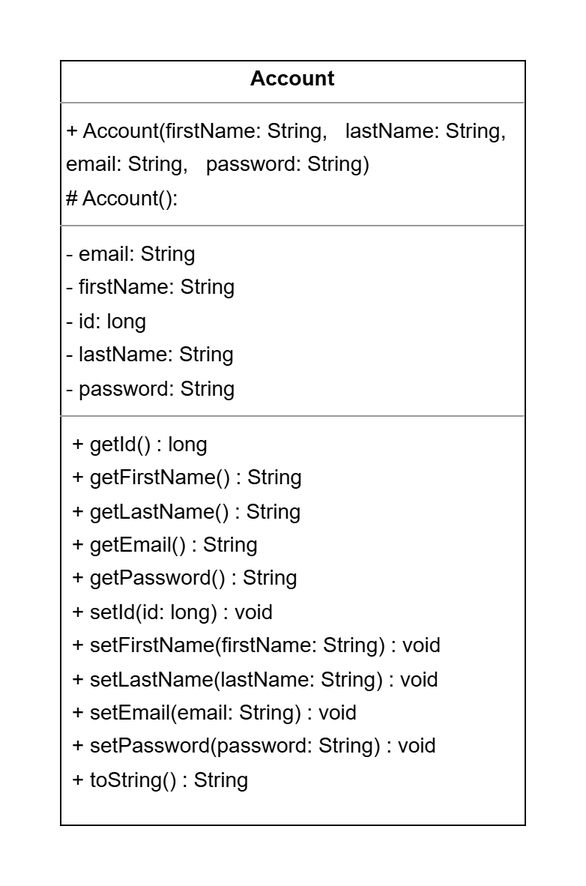
Earlier version of the draw.io export diagrams/current/UMLDiagram.png (yehandesilva/monkeyPoll). Source tidied: cells renumbered, new cells last; positions are measured from the earlier drawing's top-left corner, leaving out a move shared by most shapes. The source it was exported from:
```xml
<mxGraphModel>
  <root>
    <mxCell id="0" />
    <mxCell id="1" parent="0" />
    <mxCell id="2" value="&lt;p style=&quot;margin:0px;margin-top:4px;text-align:center;&quot;&gt;&lt;b&gt;Account&lt;/b&gt;&lt;/p&gt;&lt;hr size=&quot;1&quot;&gt;&lt;p style=&quot;margin:0 0 0 4px;line-height:1.6;&quot;&gt;+ Account(firstName: String,&amp;nbsp; &amp;nbsp;lastName: String,&amp;nbsp; &amp;nbsp;&lt;/p&gt;&lt;p style=&quot;margin:0 0 0 4px;line-height:1.6;&quot;&gt;email: String,&amp;nbsp; &amp;nbsp;password: String) &lt;br&gt;# Account(): &lt;/p&gt;&lt;hr size=&quot;1&quot;&gt;&lt;p style=&quot;margin:0 0 0 4px;line-height:1.6;&quot;&gt;- email: String&lt;br&gt;- firstName: String&lt;br&gt;- id: long&lt;br&gt;- lastName: String&lt;br&gt;- password: String&lt;/p&gt;&lt;hr size=&quot;1&quot;&gt;&lt;p style=&quot;margin:0 0 0 4px;line-height:1.6;&quot;&gt;&lt;/p&gt;&lt;p style=&quot;margin:0 0 0 4px;line-height:1.6;&quot;&gt;&amp;nbsp;+ getId() : long&amp;nbsp; &amp;nbsp; &amp;nbsp; &amp;nbsp; &amp;nbsp; &amp;nbsp; &amp;nbsp; &amp;nbsp; &amp;nbsp;&amp;nbsp;&lt;/p&gt;&lt;p style=&quot;margin:0 0 0 4px;line-height:1.6;&quot;&gt;&amp;nbsp;+ getFirstName() : String&amp;nbsp; &amp;nbsp; &amp;nbsp; &amp;nbsp; &amp;nbsp;&lt;/p&gt;&lt;p style=&quot;margin:0 0 0 4px;line-height:1.6;&quot;&gt;&amp;nbsp;+ getLastName() : String&amp;nbsp; &amp;nbsp; &amp;nbsp; &amp;nbsp; &amp;nbsp;&amp;nbsp;&lt;/p&gt;&lt;p style=&quot;margin:0 0 0 4px;line-height:1.6;&quot;&gt;&amp;nbsp;+ getEmail() : String&amp;nbsp; &amp;nbsp; &amp;nbsp; &amp;nbsp; &amp;nbsp; &amp;nbsp; &amp;nbsp;&lt;/p&gt;&lt;p style=&quot;margin:0 0 0 4px;line-height:1.6;&quot;&gt;&amp;nbsp;+ getPassword() : String&amp;nbsp; &amp;nbsp; &amp;nbsp; &amp;nbsp; &amp;nbsp; &amp;nbsp; &amp;nbsp; &amp;nbsp; &amp;nbsp; &amp;nbsp;&lt;/p&gt;&lt;p style=&quot;margin:0 0 0 4px;line-height:1.6;&quot;&gt;&amp;nbsp;+ setId(id: long) : void&amp;nbsp; &amp;nbsp; &amp;nbsp; &amp;nbsp; &amp;nbsp;&amp;nbsp;&lt;/p&gt;&lt;p style=&quot;margin:0 0 0 4px;line-height:1.6;&quot;&gt;&amp;nbsp;+ setFirstName(firstName: String) : void&amp;nbsp;&lt;/p&gt;&lt;p style=&quot;margin:0 0 0 4px;line-height:1.6;&quot;&gt;&amp;nbsp;+ setLastName(lastName: String) : void&amp;nbsp; &amp;nbsp;&lt;/p&gt;&lt;p style=&quot;margin:0 0 0 4px;line-height:1.6;&quot;&gt;&amp;nbsp;+ setEmail(email: String) : void&amp;nbsp; &amp;nbsp; &amp;nbsp; &amp;nbsp; &amp;nbsp;&lt;/p&gt;&lt;p style=&quot;margin:0 0 0 4px;line-height:1.6;&quot;&gt;&amp;nbsp;+ setPassword(password: String) : void&amp;nbsp; &amp;nbsp; &amp;nbsp; &amp;nbsp; &amp;nbsp; &amp;nbsp; &amp;nbsp; &amp;nbsp; &amp;nbsp; &amp;nbsp; &amp;nbsp; &amp;nbsp; &amp;nbsp; &amp;nbsp; &amp;nbsp; &amp;nbsp; &amp;nbsp; &amp;nbsp; &amp;nbsp;&amp;nbsp;&lt;/p&gt;&lt;p style=&quot;margin:0 0 0 4px;line-height:1.6;&quot;&gt;&amp;nbsp;+ toString() : String&amp;nbsp; &amp;nbsp;&lt;/p&gt;&lt;div&gt;&lt;br&gt;&lt;/div&gt;" style="verticalAlign=top;align=left;overflow=fill;fontSize=14;fontFamily=Helvetica;html=1;rounded=0;shadow=0;comic=0;labelBackgroundColor=none;strokeWidth=1;" parent="1" vertex="1">
      <mxGeometry width="310" height="510" as="geometry" />
    </mxCell>
  </root>
</mxGraphModel>
```
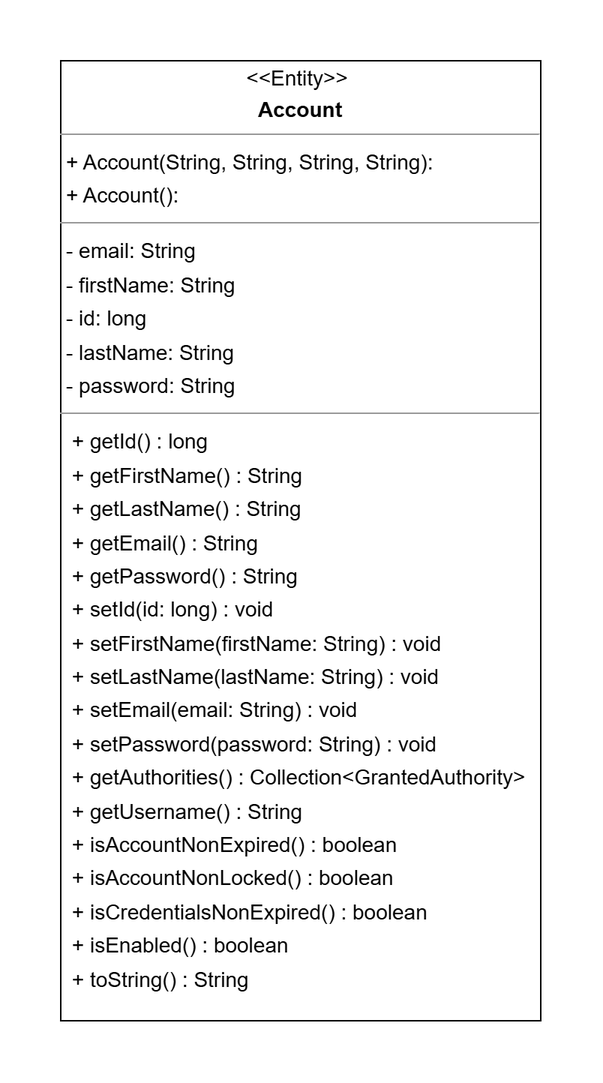
Above is the later version.

Diff of the diagram source:
```diff
@@ -2,8 +2,8 @@
   <root>
     <mxCell id="0" />
     <mxCell id="1" parent="0" />
-    <mxCell id="2" value="&lt;p style=&quot;margin:0px;margin-top:4px;text-align:center;&quot;&gt;&lt;b&gt;Account&lt;/b&gt;&lt;/p&gt;&lt;hr size=&quot;1&quot;&gt;&lt;p style=&quot;margin:0 0 0 4px;line-height:1.6;&quot;&gt;+ Account(firstName: String,&amp;nbsp; &amp;nbsp;lastName: String,&amp;nbsp; &amp;nbsp;&lt;/p&gt;&lt;p style=&quot;margin:0 0 0 4px;line-height:1.6;&quot;&gt;email: String,&amp;nbsp; &amp;nbsp;password: String) &lt;br&gt;# Account(): &lt;/p&gt;&lt;hr size=&quot;1&quot;&gt;&lt;p style=&quot;margin:0 0 0 4px;line-height:1.6;&quot;&gt;- email: String&lt;br&gt;- firstName: String&lt;br&gt;- id: long&lt;br&gt;- lastName: String&lt;br&gt;- password: String&lt;/p&gt;&lt;hr size=&quot;1&quot;&gt;&lt;p style=&quot;margin:0 0 0 4px;line-height:1.6;&quot;&gt;&lt;/p&gt;&lt;p style=&quot;margin:0 0 0 4px;line-height:1.6;&quot;&gt;&amp;nbsp;+ getId() : long&amp;nbsp; &amp;nbsp; &amp;nbsp; &amp;nbsp; &amp;nbsp; &amp;nbsp; &amp;nbsp; &amp;nbsp; &amp;nbsp;&amp;nbsp;&lt;/p&gt;&lt;p style=&quot;margin:0 0 0 4px;line-height:1.6;&quot;&gt;&amp;nbsp;+ getFirstName() : String&amp;nbsp; &amp;nbsp; &amp;nbsp; &amp;nbsp; &amp;nbsp;&lt;/p&gt;&lt;p style=&quot;margin:0 0 0 4px;line-height:1.6;&quot;&gt;&amp;nbsp;+ getLastName() : String&amp;nbsp; &amp;nbsp; &amp;nbsp; &amp;nbsp; &amp;nbsp;&amp;nbsp;&lt;/p&gt;&lt;p style=&quot;margin:0 0 0 4px;line-height:1.6;&quot;&gt;&amp;nbsp;+ getEmail() : String&amp;nbsp; &amp;nbsp; &amp;nbsp; &amp;nbsp; &amp;nbsp; &amp;nbsp; &amp;nbsp;&lt;/p&gt;&lt;p style=&quot;margin:0 0 0 4px;line-height:1.6;&quot;&gt;&amp;nbsp;+ getPassword() : String&amp;nbsp; &amp;nbsp; &amp;nbsp; &amp;nbsp; &amp;nbsp; &amp;nbsp; &amp;nbsp; &amp;nbsp; &amp;nbsp; &amp;nbsp;&lt;/p&gt;&lt;p style=&quot;margin:0 0 0 4px;line-height:1.6;&quot;&gt;&amp;nbsp;+ setId(id: long) : void&amp;nbsp; &amp;nbsp; &amp;nbsp; &amp;nbsp; &amp;nbsp;&amp;nbsp;&lt;/p&gt;&lt;p style=&quot;margin:0 0 0 4px;line-height:1.6;&quot;&gt;&amp;nbsp;+ setFirstName(firstName: String) : void&amp;nbsp;&lt;/p&gt;&lt;p style=&quot;margin:0 0 0 4px;line-height:1.6;&quot;&gt;&amp;nbsp;+ setLastName(lastName: String) : void&amp;nbsp; &amp;nbsp;&lt;/p&gt;&lt;p style=&quot;margin:0 0 0 4px;line-height:1.6;&quot;&gt;&amp;nbsp;+ setEmail(email: String) : void&amp;nbsp; &amp;nbsp; &amp;nbsp; &amp;nbsp; &amp;nbsp;&lt;/p&gt;&lt;p style=&quot;margin:0 0 0 4px;line-height:1.6;&quot;&gt;&amp;nbsp;+ setPassword(password: String) : void&amp;nbsp; &amp;nbsp; &amp;nbsp; &amp;nbsp; &amp;nbsp; &amp;nbsp; &amp;nbsp; &amp;nbsp; &amp;nbsp; &amp;nbsp; &amp;nbsp; &amp;nbsp; &amp;nbsp; &amp;nbsp; &amp;nbsp; &amp;nbsp; &amp;nbsp; &amp;nbsp; &amp;nbsp;&amp;nbsp;&lt;/p&gt;&lt;p style=&quot;margin:0 0 0 4px;line-height:1.6;&quot;&gt;&amp;nbsp;+ toString() : String&amp;nbsp; &amp;nbsp;&lt;/p&gt;&lt;div&gt;&lt;br&gt;&lt;/div&gt;" style="verticalAlign=top;align=left;overflow=fill;fontSize=14;fontFamily=Helvetica;html=1;rounded=0;shadow=0;comic=0;labelBackgroundColor=none;strokeWidth=1;" parent="1" vertex="1">
-      <mxGeometry width="310" height="510" as="geometry" />
+    <mxCell id="2" value="&lt;p style=&quot;margin:0px;margin-top:4px;text-align:center;&quot;&gt;&amp;nbsp;&amp;lt;&amp;lt;Entity&amp;gt;&amp;gt;&amp;nbsp;&amp;nbsp;&lt;/p&gt;&lt;p style=&quot;margin:0px;margin-top:4px;text-align:center;&quot;&gt;&lt;b&gt;Account&lt;/b&gt;&lt;/p&gt;&lt;hr size=&quot;1&quot;&gt;&lt;p style=&quot;margin:0 0 0 4px;line-height:1.6;&quot;&gt;+ Account(String, String, String, String):&lt;br&gt;+ Account():&lt;/p&gt;&lt;hr size=&quot;1&quot;&gt;&lt;p style=&quot;margin:0 0 0 4px;line-height:1.6;&quot;&gt;- email: String&lt;br&gt;- firstName: String&lt;br&gt;- id: long&lt;br&gt;- lastName: String&lt;br&gt;- password: String&lt;/p&gt;&lt;hr size=&quot;1&quot;&gt;&lt;p style=&quot;margin:0 0 0 4px;line-height:1.6;&quot;&gt;&lt;/p&gt;&lt;p style=&quot;margin: 0px 0px 0px 4px; line-height: 1.6;&quot;&gt;&amp;nbsp;+ getId() : long&amp;nbsp; &amp;nbsp; &amp;nbsp; &amp;nbsp; &amp;nbsp; &amp;nbsp; &amp;nbsp; &amp;nbsp; &amp;nbsp; &amp;nbsp; &amp;nbsp; &amp;nbsp; &amp;nbsp; &amp;nbsp; &amp;nbsp; &amp;nbsp; &amp;nbsp; &amp;nbsp; &amp;nbsp; &amp;nbsp; &amp;nbsp;&lt;/p&gt;&lt;p style=&quot;margin: 0px 0px 0px 4px; line-height: 1.6;&quot;&gt;&amp;nbsp;+ getFirstName() : String&amp;nbsp; &amp;nbsp; &amp;nbsp; &amp;nbsp; &amp;nbsp; &amp;nbsp; &amp;nbsp; &amp;nbsp; &amp;nbsp; &amp;nbsp; &amp;nbsp; &amp;nbsp; &amp;nbsp; &amp;nbsp; &amp;nbsp; &amp;nbsp;&amp;nbsp;&lt;/p&gt;&lt;p style=&quot;margin: 0px 0px 0px 4px; line-height: 1.6;&quot;&gt;&amp;nbsp;+ getLastName() : String&amp;nbsp; &amp;nbsp; &amp;nbsp; &amp;nbsp; &amp;nbsp; &amp;nbsp; &amp;nbsp; &amp;nbsp; &amp;nbsp; &amp;nbsp; &amp;nbsp; &amp;nbsp; &amp;nbsp; &amp;nbsp; &amp;nbsp; &amp;nbsp; &amp;nbsp;&lt;/p&gt;&lt;p style=&quot;margin: 0px 0px 0px 4px; line-height: 1.6;&quot;&gt;&amp;nbsp;+ getEmail() : String&amp;nbsp; &amp;nbsp; &amp;nbsp; &amp;nbsp; &amp;nbsp; &amp;nbsp; &amp;nbsp; &amp;nbsp; &amp;nbsp; &amp;nbsp; &amp;nbsp; &amp;nbsp; &amp;nbsp; &amp;nbsp; &amp;nbsp; &amp;nbsp; &amp;nbsp; &amp;nbsp;&amp;nbsp;&lt;/p&gt;&lt;p style=&quot;margin: 0px 0px 0px 4px; line-height: 1.6;&quot;&gt;&amp;nbsp;+ getPassword() : String&amp;nbsp; &amp;nbsp; &amp;nbsp; &amp;nbsp; &amp;nbsp; &amp;nbsp; &amp;nbsp; &amp;nbsp; &amp;nbsp; &amp;nbsp; &amp;nbsp; &amp;nbsp; &amp;nbsp; &amp;nbsp; &amp;nbsp; &amp;nbsp; &amp;nbsp;&lt;/p&gt;&lt;p style=&quot;margin: 0px 0px 0px 4px; line-height: 1.6;&quot;&gt;&amp;nbsp;+ setId(id: long) : void&amp;nbsp; &amp;nbsp; &amp;nbsp; &amp;nbsp; &amp;nbsp; &amp;nbsp; &amp;nbsp; &amp;nbsp; &amp;nbsp; &amp;nbsp; &amp;nbsp; &amp;nbsp; &amp;nbsp; &amp;nbsp; &amp;nbsp; &amp;nbsp; &amp;nbsp;&lt;/p&gt;&lt;p style=&quot;margin: 0px 0px 0px 4px; line-height: 1.6;&quot;&gt;&amp;nbsp;+ setFirstName(firstName: String) : void&amp;nbsp; &amp;nbsp; &amp;nbsp; &amp;nbsp; &amp;nbsp; &amp;nbsp; &amp;nbsp; &amp;nbsp; &amp;nbsp;&lt;/p&gt;&lt;p style=&quot;margin: 0px 0px 0px 4px; line-height: 1.6;&quot;&gt;&amp;nbsp;+ setLastName(lastName: String) : void&amp;nbsp; &amp;nbsp; &amp;nbsp; &amp;nbsp; &amp;nbsp; &amp;nbsp; &amp;nbsp; &amp;nbsp; &amp;nbsp; &amp;nbsp;&lt;/p&gt;&lt;p style=&quot;margin: 0px 0px 0px 4px; line-height: 1.6;&quot;&gt;&amp;nbsp;+ setEmail(email: String) : void&amp;nbsp; &amp;nbsp; &amp;nbsp; &amp;nbsp; &amp;nbsp; &amp;nbsp; &amp;nbsp; &amp;nbsp; &amp;nbsp; &amp;nbsp; &amp;nbsp; &amp;nbsp; &amp;nbsp;&lt;/p&gt;&lt;p style=&quot;margin: 0px 0px 0px 4px; line-height: 1.6;&quot;&gt;&amp;nbsp;+ setPassword(password: String) : void&amp;nbsp; &amp;nbsp; &amp;nbsp; &amp;nbsp; &amp;nbsp; &amp;nbsp; &amp;nbsp; &amp;nbsp; &amp;nbsp; &amp;nbsp;&lt;span style=&quot;background-color: initial;&quot;&gt;&amp;nbsp; &amp;nbsp; &amp;nbsp; &amp;nbsp; &amp;nbsp; &amp;nbsp; &amp;nbsp; &amp;nbsp; &amp;nbsp; &amp;nbsp; &amp;nbsp; &amp;nbsp; &amp;nbsp; &amp;nbsp; &amp;nbsp; &amp;nbsp; &amp;nbsp; &amp;nbsp; &amp;nbsp; &amp;nbsp; &amp;nbsp;&amp;nbsp;&lt;/span&gt;&lt;/p&gt;&lt;p style=&quot;margin: 0px 0px 0px 4px; line-height: 1.6;&quot;&gt;&amp;nbsp;+ getAuthorities() : Collection&amp;lt;GrantedAuthority&amp;gt;&amp;nbsp; &amp;nbsp; &amp;nbsp; &amp;nbsp;&amp;nbsp;&lt;/p&gt;&lt;p style=&quot;margin: 0px 0px 0px 4px; line-height: 1.6;&quot;&gt;&amp;nbsp;+ getUsername() : String&amp;nbsp; &amp;nbsp; &amp;nbsp; &amp;nbsp; &amp;nbsp; &amp;nbsp; &amp;nbsp; &amp;nbsp; &amp;nbsp; &amp;nbsp; &amp;nbsp; &amp;nbsp; &amp;nbsp; &amp;nbsp; &amp;nbsp; &amp;nbsp; &amp;nbsp;&lt;/p&gt;&lt;p style=&quot;margin: 0px 0px 0px 4px; line-height: 1.6;&quot;&gt;&amp;nbsp;+ isAccountNonExpired() : boolean&amp;nbsp; &amp;nbsp; &amp;nbsp; &amp;nbsp; &amp;nbsp; &amp;nbsp; &amp;nbsp; &amp;nbsp; &amp;nbsp; &amp;nbsp; &amp;nbsp; &amp;nbsp;&amp;nbsp;&lt;/p&gt;&lt;p style=&quot;margin: 0px 0px 0px 4px; line-height: 1.6;&quot;&gt;&amp;nbsp;+ isAccountNonLocked() : boolean&amp;nbsp; &amp;nbsp; &amp;nbsp; &amp;nbsp; &amp;nbsp; &amp;nbsp; &amp;nbsp; &amp;nbsp; &amp;nbsp; &amp;nbsp; &amp;nbsp; &amp;nbsp; &amp;nbsp;&lt;/p&gt;&lt;p style=&quot;margin: 0px 0px 0px 4px; line-height: 1.6;&quot;&gt;&amp;nbsp;+ isCredentialsNonExpired() : boolean&amp;nbsp; &amp;nbsp; &amp;nbsp; &amp;nbsp; &amp;nbsp; &amp;nbsp; &amp;nbsp; &amp;nbsp; &amp;nbsp; &amp;nbsp;&amp;nbsp;&lt;/p&gt;&lt;p style=&quot;margin: 0px 0px 0px 4px; line-height: 1.6;&quot;&gt;&amp;nbsp;+ isEnabled() : boolean&amp;nbsp; &amp;nbsp; &amp;nbsp; &amp;nbsp; &amp;nbsp; &amp;nbsp; &amp;nbsp; &amp;nbsp; &amp;nbsp; &amp;nbsp; &amp;nbsp; &amp;nbsp; &amp;nbsp; &amp;nbsp; &amp;nbsp; &amp;nbsp; &amp;nbsp;&amp;nbsp;&lt;span style=&quot;background-color: initial;&quot;&gt;&amp;nbsp; &amp;nbsp; &amp;nbsp; &amp;nbsp; &amp;nbsp; &amp;nbsp; &amp;nbsp; &amp;nbsp; &amp;nbsp; &amp;nbsp; &amp;nbsp; &amp;nbsp; &amp;nbsp; &amp;nbsp; &amp;nbsp; &amp;nbsp; &amp;nbsp; &amp;nbsp; &amp;nbsp;&lt;/span&gt;&lt;/p&gt;&lt;p style=&quot;margin: 0px 0px 0px 4px; line-height: 1.6;&quot;&gt;&amp;nbsp;+ toString() : String&amp;nbsp; &amp;nbsp;&amp;nbsp;&lt;/p&gt;&lt;div&gt;&lt;br&gt;&lt;/div&gt;&lt;p style=&quot;margin:0 0 0 4px;line-height:1.6;&quot;&gt;&lt;br&gt;&lt;/p&gt;" style="verticalAlign=top;align=left;overflow=fill;fontSize=14;fontFamily=Helvetica;html=1;rounded=0;shadow=0;comic=0;labelBackgroundColor=none;strokeWidth=1;" parent="1" vertex="1">
+      <mxGeometry width="320" height="640" as="geometry" />
     </mxCell>
   </root>
 </mxGraphModel>
```
